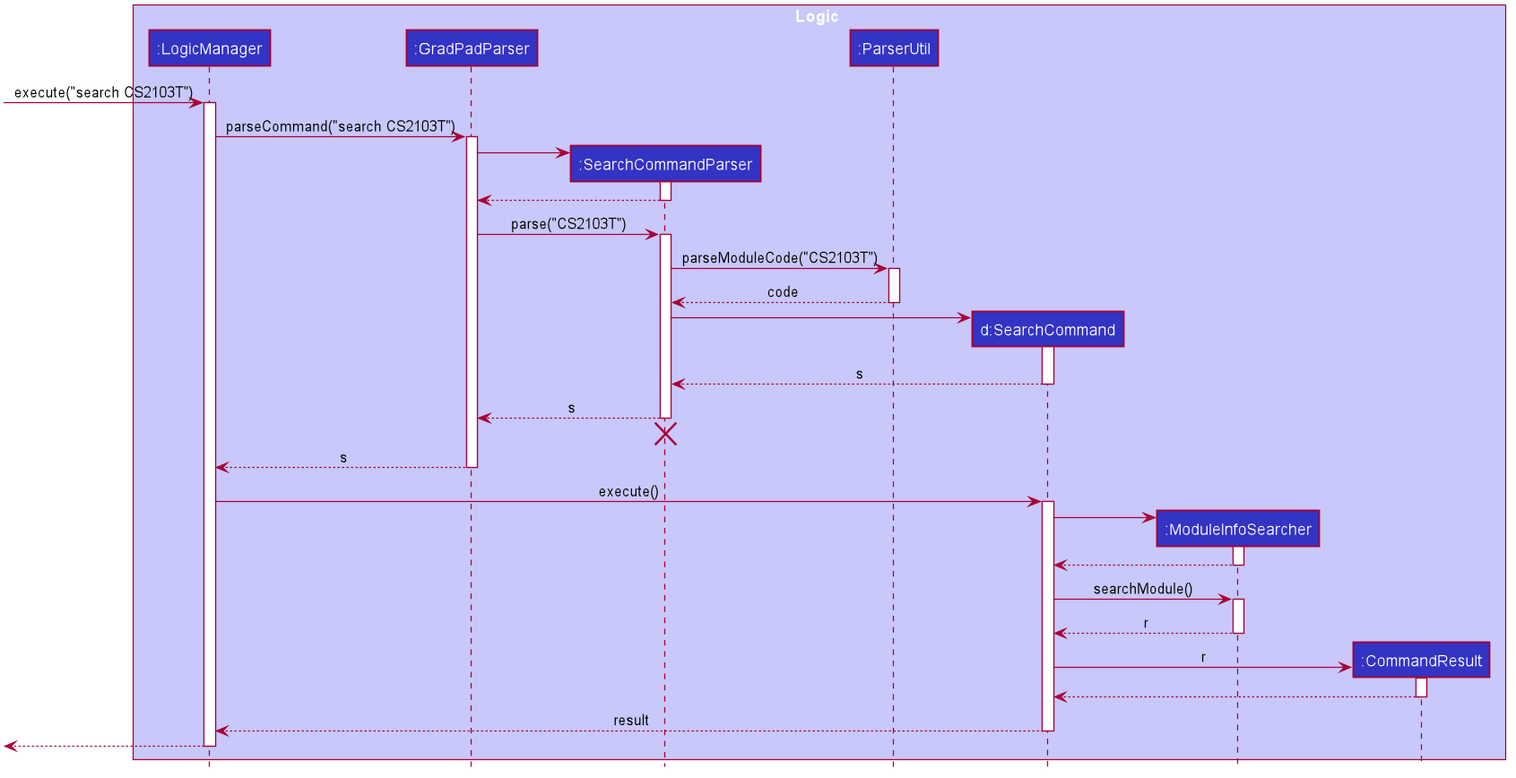
yan-soon/tp keeps this PlantUML diagram as docs/images/SearchSequenceDiagram.png. Above is the earlier version.
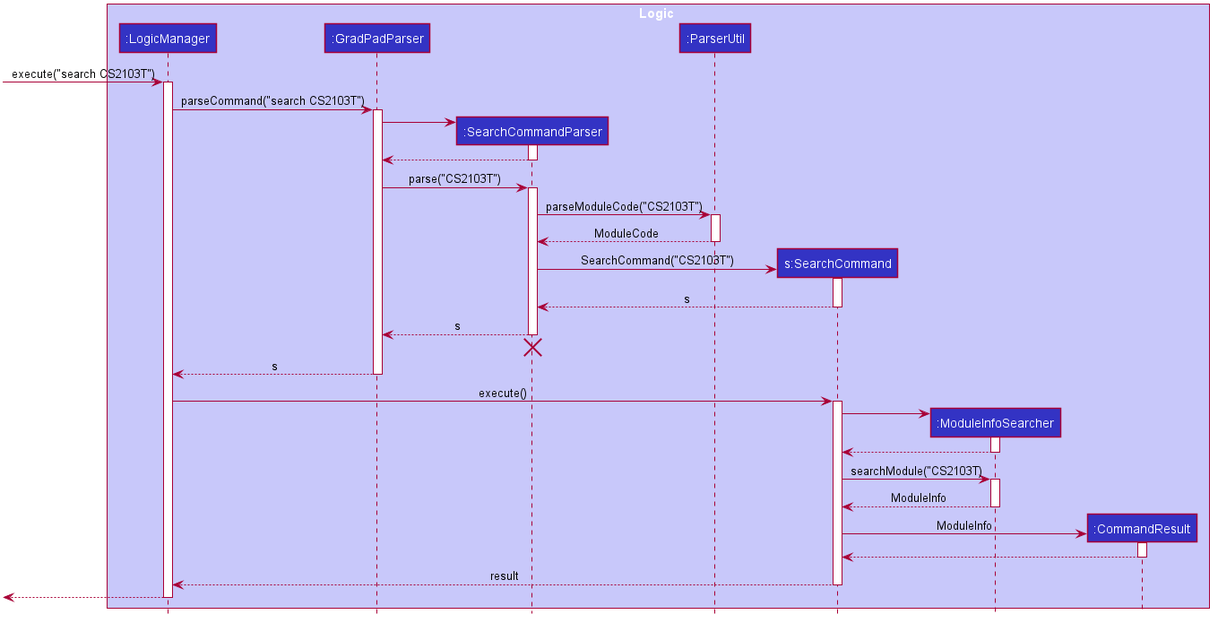
Above is the later version.

The edit, as a diff of the source:
```diff
@@ -54,7 +54,7 @@
 participant ":GradPadParser" as GradPadParser #3333C4
 participant ":SearchCommandParser" as SearchCommandParser #3333C4
 participant ":ParserUtil" as ParserUtil #3333C4
-participant "d:SearchCommand" as SearchCommand #3333C4
+participant "s:SearchCommand" as SearchCommand #3333C4
 participant ":ModuleInfoSearcher" as ModuleInfoSearcher #3333C4
 participant ":CommandResult" as CommandResult #3333C4
 end box
@@ -78,11 +78,11 @@
 SearchCommandParser -> ParserUtil : parseModuleCode("CS2103T")
 activate ParserUtil
 
-ParserUtil --> SearchCommandParser : code
+ParserUtil --> SearchCommandParser : ModuleCode
 deactivate ParserUtil
 
 create SearchCommand
-SearchCommandParser -> SearchCommand
+SearchCommandParser -> SearchCommand : SearchCommand("CS2103T")
 activate SearchCommand
 
 SearchCommand --> SearchCommandParser : s
@@ -106,14 +106,14 @@
 ModuleInfoSearcher --> SearchCommand
 deactivate ModuleInfoSearcher
 
-SearchCommand -> ModuleInfoSearcher : searchModule()
+SearchCommand -> ModuleInfoSearcher : searchModule("CS2103T)
 activate ModuleInfoSearcher
 
-ModuleInfoSearcher --> SearchCommand : r
+ModuleInfoSearcher --> SearchCommand : ModuleInfo
 deactivate ModuleInfoSearcher
 
 create CommandResult
-SearchCommand -> CommandResult : r
+SearchCommand -> CommandResult : ModuleInfo
 activate CommandResult
 
 CommandResult --> SearchCommand
```
